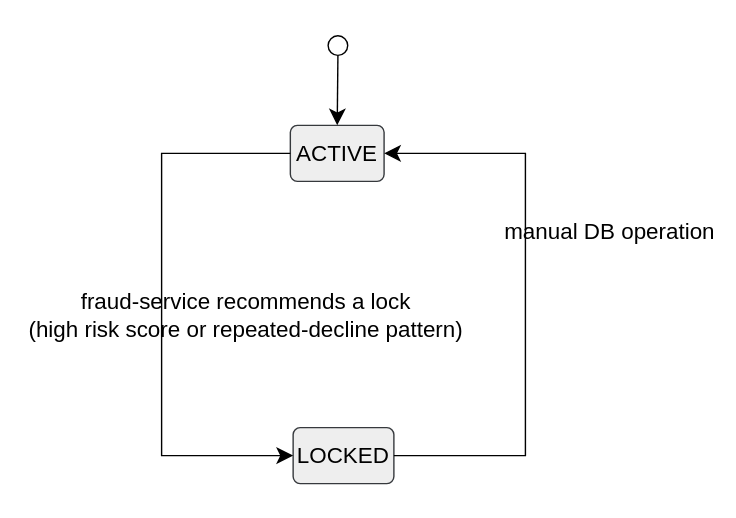
Above: docs/flows/diagrams/account-lock-state.svg in ShirongQuan/payment-platform (draw.io), before the change. Source tidied: cells renumbered, new cells last; positions are measured from the earlier drawing's top-left corner, leaving out a move shared by most shapes.
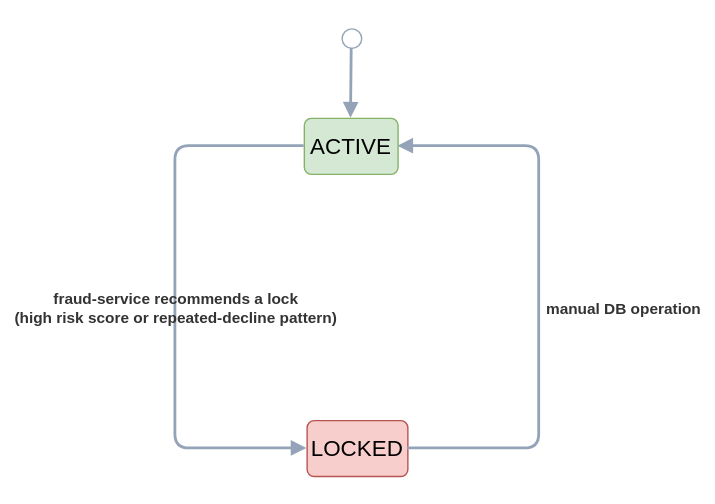
The same file after the commit.

Change to the diagram source:
```diff
@@ -5,28 +5,28 @@
     <mxCell id="2" style="group;transparentBounds=1;editIcon=1;lockedGroup=0;groupPadding=10;labelBackgroundColor=none;" parent="1" vertex="1">
       <mxGeometry as="geometry" />
     </mxCell>
-    <mxCell id="3" style="ellipse;html=1;fontFamily=Trebuchet MS,Verdana,Arial,sans-serif;fontSize=16;labelBackgroundColor=none;" parent="2" vertex="1">
+    <mxCell id="3" style="ellipse;html=1;fontFamily=Trebuchet MS,Verdana,Arial,sans-serif;fontSize=16;labelBackgroundColor=none;strokeColor=#94A3B8;" parent="2" vertex="1">
       <mxGeometry x="199" y="30" width="14" height="14" as="geometry" />
     </mxCell>
-    <mxCell id="4" value="ACTIVE" style="rounded=1;absoluteArcSize=1;arcSize=10;html=1;whiteSpace=wrap;strokeWidth=1;fontFamily=Trebuchet MS,Verdana,Arial,sans-serif;fontSize=16;labelBackgroundColor=none;fillColor=#eeeeee;strokeColor=#36393d;" parent="2" vertex="1">
+    <mxCell id="4" value="ACTIVE" style="rounded=1;absoluteArcSize=1;arcSize=10;html=1;whiteSpace=wrap;strokeWidth=1;fontFamily=Trebuchet MS,Verdana,Arial,sans-serif;fontSize=16;labelBackgroundColor=none;fillColor=#d5e8d4;strokeColor=#82b366;fontColor=default;" parent="2" vertex="1">
       <mxGeometry x="172" y="94" width="67" height="40" as="geometry" />
     </mxCell>
-    <mxCell id="5" value="LOCKED" style="rounded=1;absoluteArcSize=1;arcSize=10;html=1;whiteSpace=wrap;strokeWidth=1;fontFamily=Trebuchet MS,Verdana,Arial,sans-serif;fontSize=16;labelBackgroundColor=none;fillColor=#eeeeee;strokeColor=#36393d;" parent="2" vertex="1">
+    <mxCell id="5" value="LOCKED" style="rounded=1;absoluteArcSize=1;arcSize=10;html=1;whiteSpace=wrap;strokeWidth=1;fontFamily=Trebuchet MS,Verdana,Arial,sans-serif;fontSize=16;labelBackgroundColor=none;fillColor=#f8cecc;strokeColor=#b85450;fontColor=default;" parent="2" vertex="1">
       <mxGeometry x="174" y="310" width="72" height="40" as="geometry" />
     </mxCell>
-    <mxCell id="6" style="curved=1;startArrow=none;endArrow=classic;endSize=9;fillColor=none;exitX=0.5;exitY=1;entryX=0.5;entryY=0;rounded=0;labelBackgroundColor=none;fontColor=default;" parent="2" edge="1" source="3" target="4">
+    <mxCell id="6" style="endArrow=block;exitX=0.5;exitY=1;entryX=0.5;entryY=0;rounded=1;labelBackgroundColor=none;fontColor=#333333;strokeColor=#94A3B8;strokeWidth=2;align=center;verticalAlign=middle;fontFamily=Helvetica;fontSize=11;fontStyle=1;endFill=1;" parent="2" edge="1" source="3" target="4">
       <mxGeometry relative="1" as="geometry" />
     </mxCell>
-    <mxCell id="7" value="fraud-service recommends a lock&#10;(high risk score or repeated-decline pattern)" style="startArrow=none;endArrow=classic;endSize=9;fillColor=none;html=1;fontSize=16;labelBackgroundColor=none;fontFamily=Trebuchet MS,Verdana,Arial,sans-serif;fontColor=default;exitX=0;exitY=0.5;entryX=0;entryY=0.5;rounded=0;edgeStyle=orthogonalEdgeStyle;exitDx=0;exitDy=0;entryDx=0;entryDy=0;" parent="2" edge="1" source="4" target="5">
-      <mxGeometry x="0.03" y="60" relative="1" as="geometry">
+    <mxCell id="7" value="fraud-service recommends a lock&#10;(high risk score or repeated-decline pattern)" style="endArrow=block;html=1;fontSize=11;labelBackgroundColor=none;fontFamily=Helvetica;fontColor=#333333;exitX=0;exitY=0.5;entryX=0;entryY=0.5;rounded=1;edgeStyle=orthogonalEdgeStyle;exitDx=0;exitDy=0;entryDx=0;entryDy=0;strokeColor=#94A3B8;strokeWidth=2;align=center;verticalAlign=middle;fontStyle=1;endFill=1;" parent="2" edge="1" source="4" target="5">
+      <mxGeometry x="0.03" relative="1" as="geometry">
         <Array as="points">
           <mxPoint x="80" y="114" />
           <mxPoint x="80" y="330" />
         </Array>
       </mxGeometry>
     </mxCell>
-    <mxCell id="8" value="manual DB operation" style="startArrow=none;endArrow=classic;endSize=9;fillColor=none;html=1;fontSize=16;labelBackgroundColor=none;fontFamily=Trebuchet MS,Verdana,Arial,sans-serif;fontColor=default;exitX=1;exitY=0.5;entryX=1;entryY=0.5;rounded=0;edgeStyle=orthogonalEdgeStyle;exitDx=0;exitDy=0;entryDx=0;entryDy=0;" parent="2" edge="1" source="5" target="4">
-      <mxGeometry x="0.24" y="-60" relative="1" as="geometry">
+    <mxCell id="8" value="manual DB operation" style="endArrow=block;html=1;fontSize=11;labelBackgroundColor=none;fontFamily=Helvetica;fontColor=#333333;exitX=1;exitY=0.5;entryX=1;entryY=0.5;rounded=1;edgeStyle=orthogonalEdgeStyle;exitDx=0;exitDy=0;entryDx=0;entryDy=0;strokeColor=#94A3B8;strokeWidth=2;align=center;verticalAlign=middle;fontStyle=1;endFill=1;" parent="2" edge="1" source="5" target="4">
+      <mxGeometry x="-0.06" y="-60" relative="1" as="geometry">
         <Array as="points">
           <mxPoint x="340" y="330" />
           <mxPoint x="340" y="114" />
```
